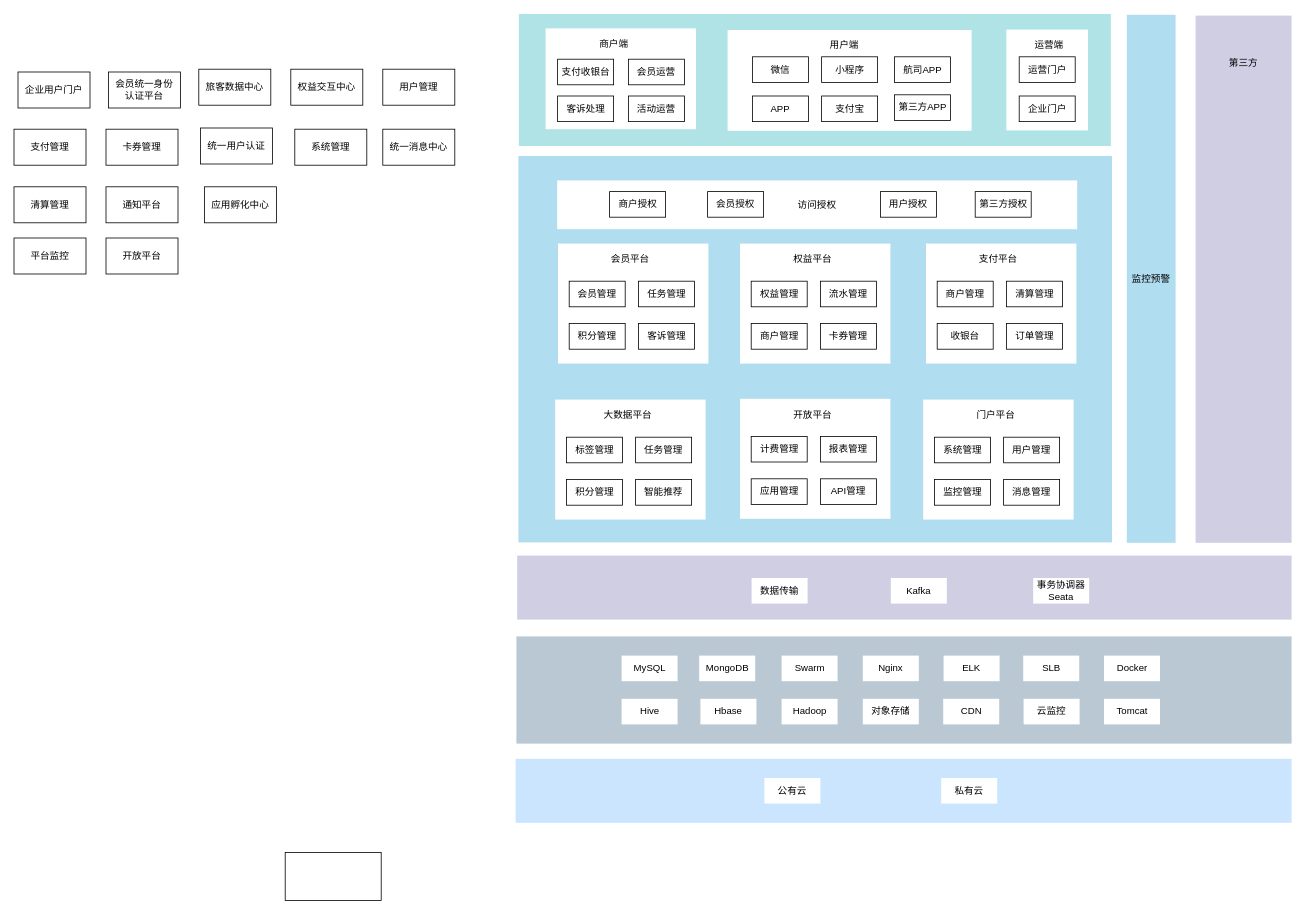
Earlier version of the draw.io diagram beijingAirport.drawio (wuqh/draw). Source tidied: cells renumbered, new cells numbered last; positions are measured from the earlier drawing's top-left corner, leaving out a move shared by most shapes. Both pictures are drawn from the tidied source at 80%, with x=0, y=0 at pixel (14, 14).
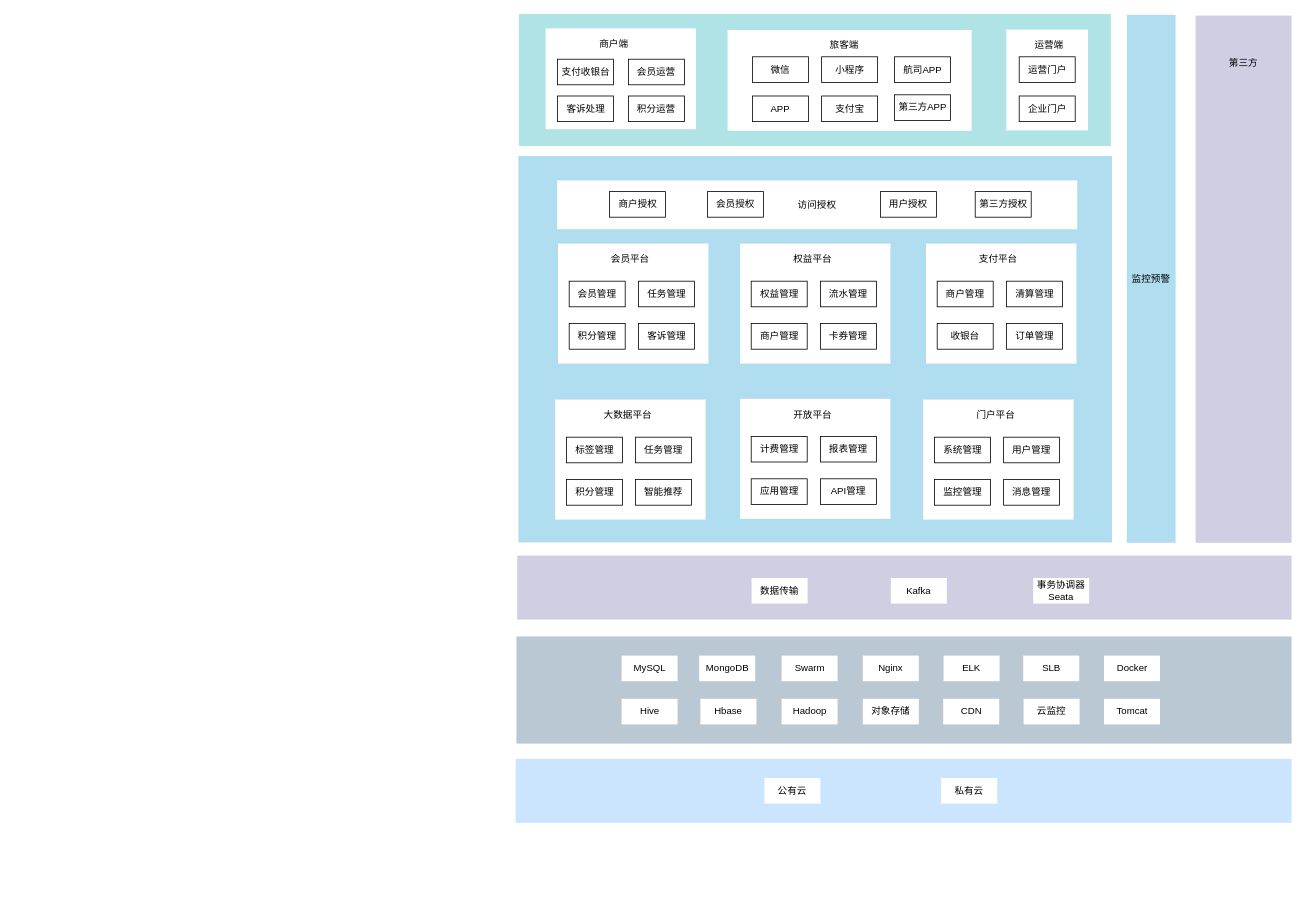
Above is the later version.

Diff of the diagram source:
```diff
@@
-    <mxCell id="7" value="企业用户门户" style="rounded=0;whiteSpace=wrap;html=1;" parent="1" vertex="1">
-      <mxGeometry x="5" y="72.5" width="90" height="45" as="geometry" />
-    </mxCell>
-    <mxCell id="8" value="会员统一身份&lt;br&gt;认证平台" style="rounded=0;whiteSpace=wrap;html=1;" parent="1" vertex="1">
-      <mxGeometry x="118" y="72.5" width="90" height="45" as="geometry" />
-    </mxCell>
-    <mxCell id="9" value="旅客数据中心" style="rounded=0;whiteSpace=wrap;html=1;" parent="1" vertex="1">
-      <mxGeometry x="231" y="69" width="90" height="45" as="geometry" />
-    </mxCell>
-    <mxCell id="10" value="权益交互中心" style="rounded=0;whiteSpace=wrap;html=1;" parent="1" vertex="1">
-      <mxGeometry x="346" y="69" width="90" height="45" as="geometry" />
-    </mxCell>
-    <mxCell id="11" value="用户管理" style="rounded=0;whiteSpace=wrap;html=1;" parent="1" vertex="1">
-      <mxGeometry x="461" y="69" width="90" height="45" as="geometry" />
-    </mxCell>
-    <mxCell id="12" value="统一消息中心" style="rounded=0;whiteSpace=wrap;html=1;" parent="1" vertex="1">
-      <mxGeometry x="461" y="144" width="90" height="45" as="geometry" />
-    </mxCell>
-    <mxCell id="13" value="系统管理" style="rounded=0;whiteSpace=wrap;html=1;" parent="1" vertex="1">
-      <mxGeometry x="351" y="144" width="90" height="45" as="geometry" />
-    </mxCell>
-    <mxCell id="14" value="统一用户认证" style="rounded=0;whiteSpace=wrap;html=1;" parent="1" vertex="1">
-      <mxGeometry x="233" y="142.5" width="90" height="45" as="geometry" />
-    </mxCell>
-    <mxCell id="15" value="卡券管理" style="rounded=0;whiteSpace=wrap;html=1;" parent="1" vertex="1">
-      <mxGeometry x="115" y="144" width="90" height="45" as="geometry" />
-    </mxCell>
-    <mxCell id="16" value="支付管理" style="rounded=0;whiteSpace=wrap;html=1;" parent="1" vertex="1">
-      <mxGeometry y="144" width="90" height="45" as="geometry" />
-    </mxCell>
-    <mxCell id="17" value="清算管理" style="rounded=0;whiteSpace=wrap;html=1;" parent="1" vertex="1">
-      <mxGeometry y="216" width="90" height="45" as="geometry" />
-    </mxCell>
-    <mxCell id="18" value="通知平台" style="rounded=0;whiteSpace=wrap;html=1;" parent="1" vertex="1">
-      <mxGeometry x="115" y="216" width="90" height="45" as="geometry" />
-    </mxCell>
-    <mxCell id="19" value="应用孵化中心" style="rounded=0;whiteSpace=wrap;html=1;" parent="1" vertex="1">
-      <mxGeometry x="238" y="216" width="90" height="45" as="geometry" />
-    </mxCell>
-    <mxCell id="20" value="平台监控" style="rounded=0;whiteSpace=wrap;html=1;" parent="1" vertex="1">
-      <mxGeometry y="280" width="90" height="45" as="geometry" />
-    </mxCell>
-    <mxCell id="21" value="开放平台" style="rounded=0;whiteSpace=wrap;html=1;" parent="1" vertex="1">
-      <mxGeometry x="115" y="280" width="90" height="45" as="geometry" />
-    </mxCell>
@@
-    <mxCell id="25" value="用户端" style="text;html=1;strokeColor=none;fillColor=none;align=center;verticalAlign=middle;whiteSpace=wrap;rounded=0;" parent="1" vertex="1">
+    <mxCell id="25" value="旅客端" style="text;html=1;strokeColor=none;fillColor=none;align=center;verticalAlign=middle;whiteSpace=wrap;rounded=0;" parent="1" vertex="1">
       <mxGeometry x="1018" y="29" width="40" height="20" as="geometry" />
     </mxCell>
@@
-    <mxCell id="91" style="rounded=0;whiteSpace=wrap;html=1;strokeColor=#000000;" parent="1" vertex="1">
-      <mxGeometry x="339" y="1048" width="120" height="60" as="geometry" />
-    </mxCell>
@@
-    <mxCell id="103" value="活动运营" style="rounded=0;whiteSpace=wrap;html=1;strokeColor=#000000;" parent="1" vertex="1">
+    <mxCell id="103" value="积分运营" style="rounded=0;whiteSpace=wrap;html=1;strokeColor=#000000;" parent="1" vertex="1">
       <mxGeometry x="768" y="102.5" width="70" height="32" as="geometry" />
     </mxCell>
```
